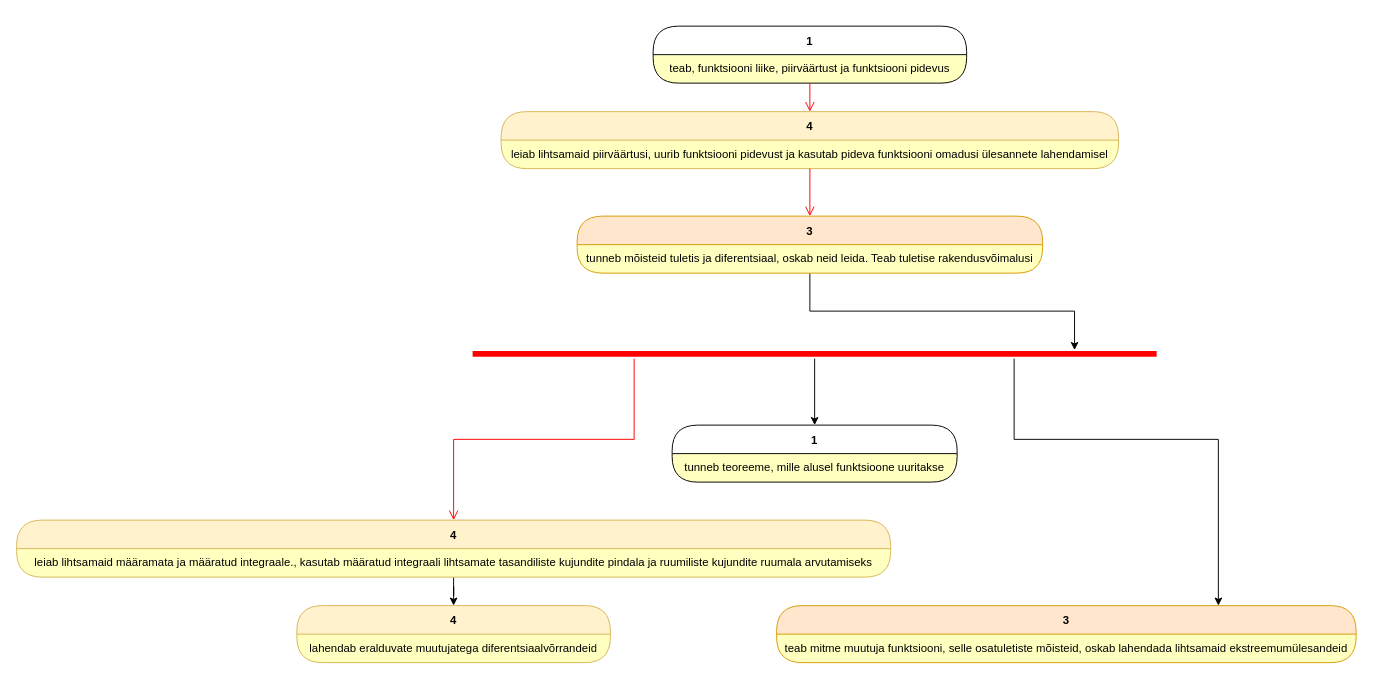
This is page "Page-3" (3 of 3) of rmd/matemaatika-3.drawio from piiskop/matemaatika-3, a draw.io file, before an edit. Source tidied: cells renumbered, new cells numbered last; positions are measured from the earlier drawing's top-left corner, leaving out a move shared by most shapes. Both pictures are drawn from the tidied source at 95%, with x=0, y=0 at pixel (16, 26).
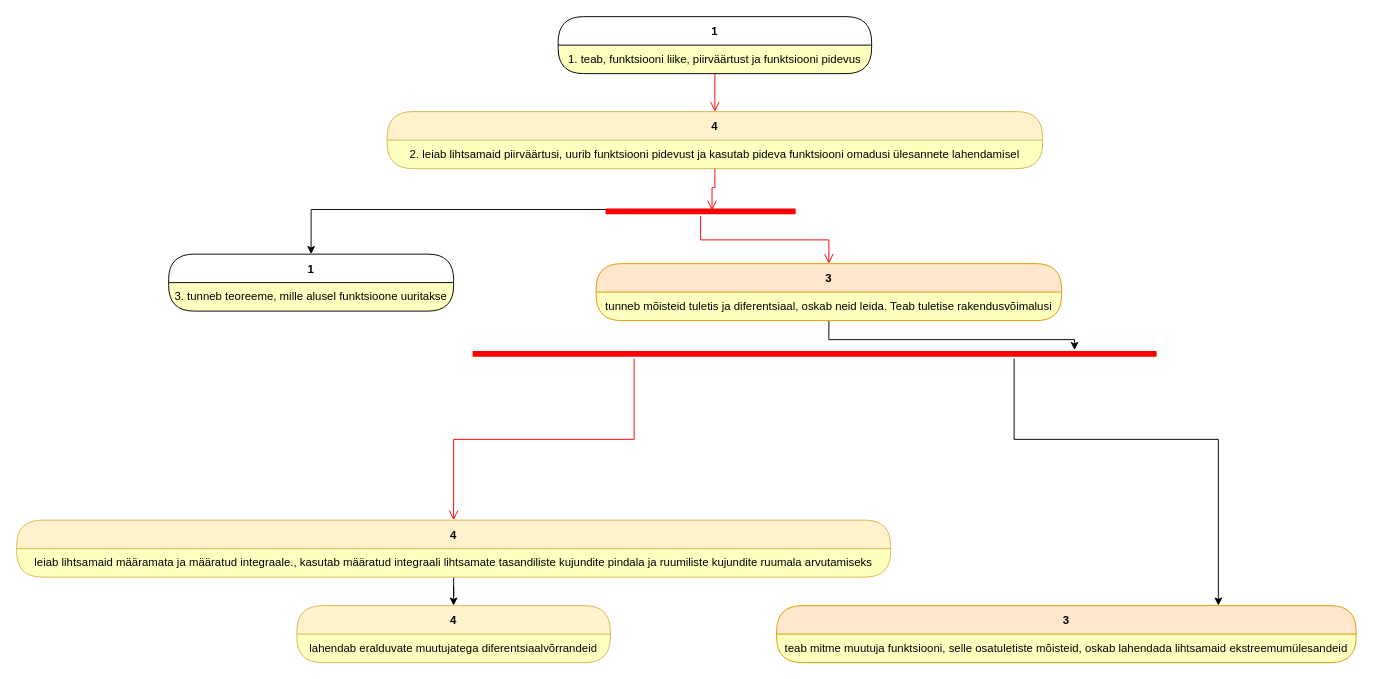
The same page after the edit.

Unchanged cells that the change refers to:
```xml
<mxCell id="22" style="shape=line;html=1;strokeWidth=6;strokeColor=#ff0000;" parent="1" vertex="1">
  <mxGeometry x="480" y="340" width="720" height="10" as="geometry" />
</mxCell>
```

Diff of the diagram source:
```diff
@@
     <mxCell id="2" value="1" style="swimlane;fontStyle=1;align=center;verticalAlign=middle;horizontal=1;startSize=30;rounded=1;arcSize=30;swimlaneFillColor=#ffffc0;" parent="1" vertex="1">
-      <mxGeometry x="670" width="330" height="60" as="geometry" />
+      <mxGeometry x="570" y="-10" width="330" height="60" as="geometry" />
     </mxCell>
-    <mxCell id="3" value="teab, funktsiooni liike, piirväärtust ja funktsiooni pidevus" style="text;html=1;strokeColor=none;fillColor=none;align=center;verticalAlign=middle;spacingLeft=4;spacingRight=4;whiteSpace=wrap;overflow=hidden;fontColor=#000000;" parent="2" vertex="1">
+    <mxCell id="3" value="1. teab, funktsiooni liike, piirväärtust ja funktsiooni pidevus" style="text;html=1;strokeColor=none;fillColor=none;align=center;verticalAlign=middle;spacingLeft=4;spacingRight=4;whiteSpace=wrap;overflow=hidden;fontColor=#000000;" parent="2" vertex="1">
       <mxGeometry y="30" width="330" height="30" as="geometry" />
     </mxCell>
@@
     <mxCell id="5" value="4" style="swimlane;fontStyle=1;align=center;verticalAlign=middle;horizontal=1;startSize=30;rounded=1;arcSize=30;swimlaneFillColor=#ffffc0;fillColor=#fff2cc;strokeColor=#d6b656;" parent="1" vertex="1">
-      <mxGeometry x="510" y="90" width="650" height="60" as="geometry" />
+      <mxGeometry x="390" y="90" width="690" height="60" as="geometry" />
     </mxCell>
-    <mxCell id="6" value="leiab lihtsamaid piirväärtusi, uurib funktsiooni pidevust ja kasutab pideva funktsiooni omadusi ülesannete lahendamisel" style="text;html=1;strokeColor=none;fillColor=none;align=center;verticalAlign=middle;spacingLeft=4;spacingRight=4;whiteSpace=wrap;overflow=hidden;fontColor=#000000;" parent="5" vertex="1">
-      <mxGeometry y="30" width="650" height="30" as="geometry" />
+    <mxCell id="6" value="2. leiab lihtsamaid piirväärtusi, uurib funktsiooni pidevust ja kasutab pideva funktsiooni omadusi ülesannete lahendamisel" style="text;html=1;strokeColor=none;fillColor=none;align=center;verticalAlign=middle;spacingLeft=4;spacingRight=4;whiteSpace=wrap;overflow=hidden;fontColor=#000000;" parent="5" vertex="1">
+      <mxGeometry y="30" width="690" height="30" as="geometry" />
     </mxCell>
-    <mxCell id="7" style="edgeStyle=orthogonalEdgeStyle;html=1;verticalAlign=bottom;endArrow=open;endSize=8;strokeColor=#ff0000;rounded=0;" parent="1" edge="1" source="5" target="9">
+    <mxCell id="7" style="edgeStyle=orthogonalEdgeStyle;html=1;verticalAlign=bottom;endArrow=open;endSize=8;strokeColor=#ff0000;rounded=0;entryX=0.56;entryY=0.4;entryDx=0;entryDy=0;entryPerimeter=0;" parent="1" edge="1" source="5" target="24">
       <mxGeometry relative="1" as="geometry" />
     </mxCell>
@@
     <mxCell id="9" value="3" style="swimlane;fontStyle=1;align=center;verticalAlign=middle;horizontal=1;startSize=30;rounded=1;arcSize=30;swimlaneFillColor=#ffffc0;fillColor=#ffe6cc;strokeColor=#d79b00;" parent="1" vertex="1">
-      <mxGeometry x="590" y="200" width="490" height="60" as="geometry" />
+      <mxGeometry x="610" y="250" width="490" height="60" as="geometry" />
     </mxCell>
@@
     <mxCell id="11" value="1" style="swimlane;fontStyle=1;align=center;verticalAlign=middle;horizontal=1;startSize=30;rounded=1;arcSize=30;swimlaneFillColor=#ffffc0;" parent="1" vertex="1">
-      <mxGeometry x="690" y="420" width="300" height="60" as="geometry" />
+      <mxGeometry x="160" y="240" width="300" height="60" as="geometry" />
     </mxCell>
-    <mxCell id="12" value="tunneb teoreeme, mille alusel funktsioone uuritakse" style="text;html=1;strokeColor=none;fillColor=none;align=center;verticalAlign=middle;spacingLeft=4;spacingRight=4;whiteSpace=wrap;overflow=hidden;fontColor=#000000;" parent="11" vertex="1">
+    <mxCell id="12" value="3. tunneb teoreeme, mille alusel funktsioone uuritakse" style="text;html=1;strokeColor=none;fillColor=none;align=center;verticalAlign=middle;spacingLeft=4;spacingRight=4;whiteSpace=wrap;overflow=hidden;fontColor=#000000;" parent="11" vertex="1">
       <mxGeometry y="30" width="300" height="30" as="geometry" />
     </mxCell>
@@
-    <mxCell id="20" style="edgeStyle=orthogonalEdgeStyle;rounded=0;jettySize=auto;html=1;" parent="1" edge="1" source="22" target="11">
+    <mxCell id="20" style="edgeStyle=orthogonalEdgeStyle;rounded=0;jettySize=auto;html=1;exitX=0.135;exitY=0.3;exitDx=0;exitDy=0;exitPerimeter=0;" parent="1" edge="1" source="24" target="11">
       <mxGeometry relative="1" as="geometry" />
     </mxCell>
@@
+    <mxCell id="24" style="shape=line;html=1;strokeWidth=6;strokeColor=#ff0000;" parent="1" vertex="1">
+      <mxGeometry x="620" y="190" width="200" height="10" as="geometry" />
+    </mxCell>
+    <mxCell id="25" style="edgeStyle=orthogonalEdgeStyle;html=1;verticalAlign=bottom;endArrow=open;endSize=8;strokeColor=#ff0000;rounded=0;" parent="1" edge="1" source="24" target="9">
+      <mxGeometry relative="1" as="geometry" />
+    </mxCell>
```
